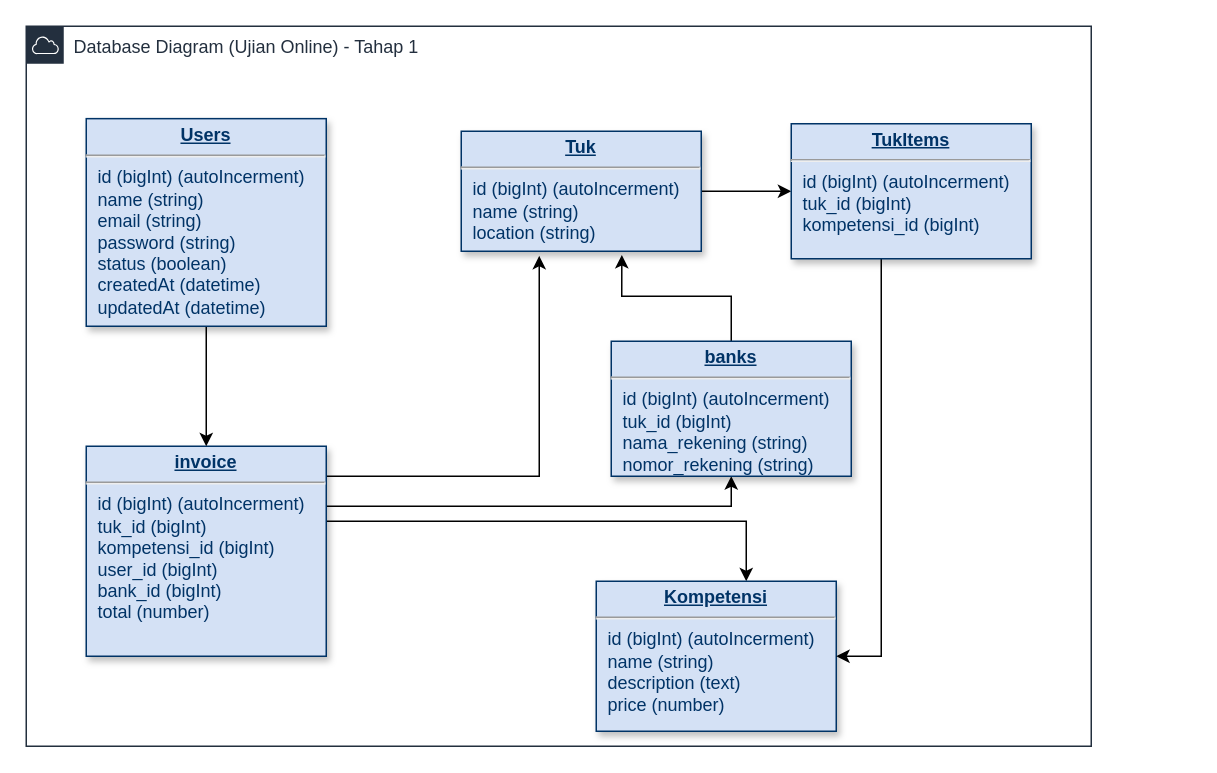
Before: db.drawio in awankelana/vip-db, a draw.io diagram. Source tidied: cells renumbered, new cells numbered last; positions are measured from the earlier drawing's top-left corner, leaving out a move shared by most shapes. Both pictures are drawn from the tidied source at 150%, with x=0, y=0 at pixel (26, 26).
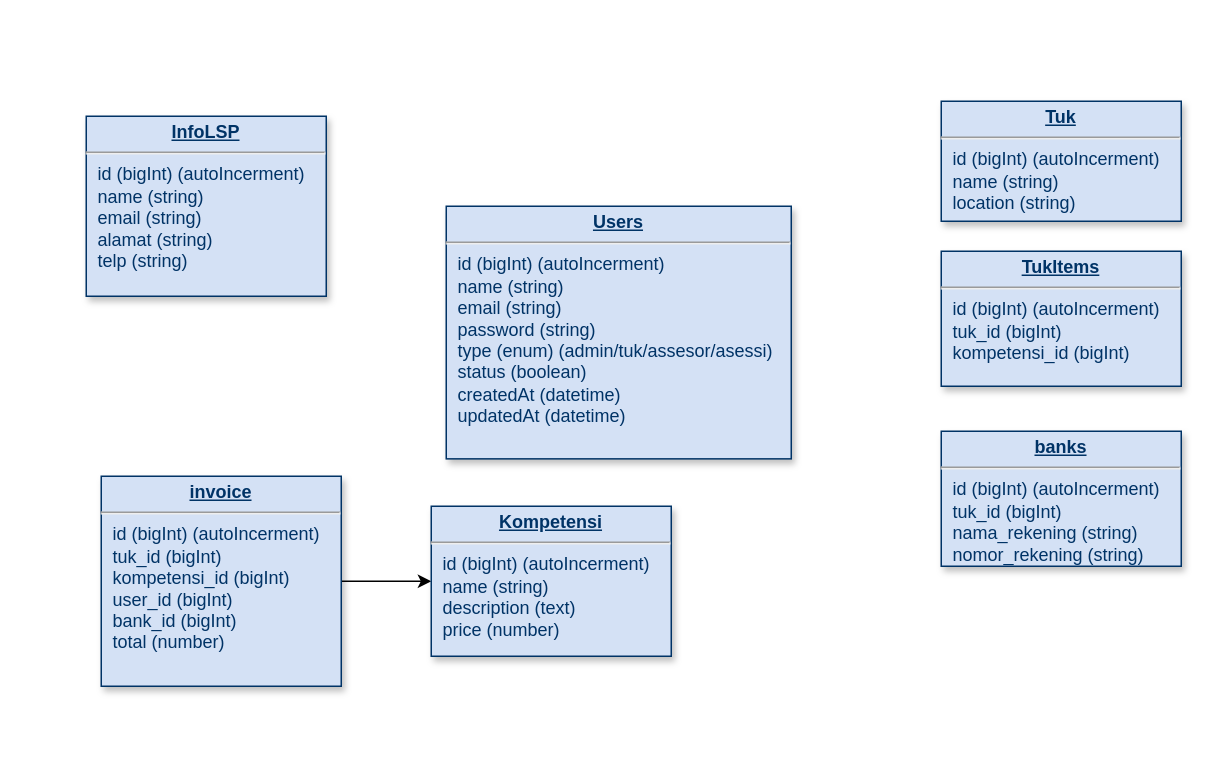
The same diagram, later.

Change to the diagram source:
```diff
@@
-    <mxCell id="2" value="Database Diagram (Ujian Online) - Tahap 1" style="gradientColor=none;html=1;whiteSpace=wrap;fontSize=12;fontStyle=0;shape=mxgraph.aws4.group;grIcon=mxgraph.aws4.group_aws_cloud;strokeColor=#232F3E;fillColor=none;verticalAlign=top;align=left;spacingLeft=30;fontColor=#232F3E;dashed=0;" parent="1" vertex="1">
-      <mxGeometry width="710" height="480" as="geometry" />
-    </mxCell>
-    <mxCell id="3" style="edgeStyle=orthogonalEdgeStyle;rounded=0;jettySize=auto;html=1;entryX=0;entryY=0.5;entryDx=0;entryDy=0;" parent="1" edge="1" source="4" target="13">
-      <mxGeometry relative="1" as="geometry" />
-    </mxCell>
     <mxCell id="4" value="&lt;p style=&quot;margin: 0px ; margin-top: 4px ; text-align: center ; text-decoration: underline&quot;&gt;&lt;b&gt;Tuk&lt;/b&gt;&lt;/p&gt;&lt;hr&gt;&lt;p style=&quot;margin: 0px ; margin-left: 8px&quot;&gt;id (bigInt) (autoIncerment)&lt;br&gt;&lt;/p&gt;&lt;p style=&quot;margin: 0px ; margin-left: 8px&quot;&gt;name (string)&lt;/p&gt;&lt;p style=&quot;margin: 0px ; margin-left: 8px&quot;&gt;location (string)&lt;/p&gt;" style="verticalAlign=top;align=left;overflow=fill;fontSize=12;fontFamily=Helvetica;html=1;strokeColor=#003366;shadow=1;fillColor=#D4E1F5;fontColor=#003366;" parent="1" vertex="1">
-      <mxGeometry x="290" y="70" width="160" height="80" as="geometry" />
+      <mxGeometry x="610" y="50" width="160" height="80" as="geometry" />
     </mxCell>
-    <mxCell id="5" style="edgeStyle=orthogonalEdgeStyle;rounded=0;jettySize=auto;html=1;entryX=0.325;entryY=1.038;entryDx=0;entryDy=0;entryPerimeter=0;" parent="1" edge="1" source="8" target="4">
-      <mxGeometry relative="1" as="geometry">
-        <Array as="points">
-          <mxPoint x="120" y="300" />
-          <mxPoint x="342" y="300" />
-        </Array>
-      </mxGeometry>
-    </mxCell>
-    <mxCell id="6" style="edgeStyle=orthogonalEdgeStyle;rounded=0;jettySize=auto;html=1;" parent="1" edge="1" source="8" target="15">
-      <mxGeometry relative="1" as="geometry">
-        <Array as="points">
-          <mxPoint x="470" y="320" />
-        </Array>
-      </mxGeometry>
-    </mxCell>
-    <mxCell id="7" style="edgeStyle=orthogonalEdgeStyle;rounded=0;jettySize=auto;html=1;" parent="1" edge="1" source="8" target="9">
-      <mxGeometry relative="1" as="geometry">
-        <Array as="points">
-          <mxPoint x="480" y="330" />
-        </Array>
-      </mxGeometry>
-    </mxCell>
+    <mxCell id="16" style="edgeStyle=orthogonalEdgeStyle;rounded=0;jettySize=auto;html=1;" parent="1" edge="1" source="8">
+      <mxGeometry relative="1" as="geometry">
+        <mxPoint x="270" y="370" as="targetPoint" />
+      </mxGeometry>
+    </mxCell>
     <mxCell id="8" value="&lt;p style=&quot;margin: 0px ; margin-top: 4px ; text-align: center ; text-decoration: underline&quot;&gt;&lt;b&gt;invoice&lt;/b&gt;&lt;/p&gt;&lt;hr&gt;&lt;p style=&quot;margin: 0px ; margin-left: 8px&quot;&gt;id (bigInt) (autoI&lt;span&gt;ncerment)&lt;/span&gt;&lt;/p&gt;&lt;p style=&quot;margin: 0px ; margin-left: 8px&quot;&gt;tuk_id (bigInt)&lt;/p&gt;&lt;p style=&quot;margin: 0px ; margin-left: 8px&quot;&gt;kompetensi_id (bigInt)&lt;/p&gt;&lt;p style=&quot;margin: 0px ; margin-left: 8px&quot;&gt;user_id (bigInt)&lt;/p&gt;&lt;p style=&quot;margin: 0px ; margin-left: 8px&quot;&gt;bank_id (bigInt)&lt;/p&gt;&lt;p style=&quot;margin: 0px ; margin-left: 8px&quot;&gt;total (number)&lt;/p&gt;" style="verticalAlign=top;align=left;overflow=fill;fontSize=12;fontFamily=Helvetica;html=1;strokeColor=#003366;shadow=1;fillColor=#D4E1F5;fontColor=#003366;" parent="1" vertex="1">
-      <mxGeometry x="40" y="280" width="160" height="140" as="geometry" />
+      <mxGeometry x="50" y="300" width="160" height="140" as="geometry" />
     </mxCell>
     <mxCell id="9" value="&lt;p style=&quot;margin: 0px ; margin-top: 4px ; text-align: center ; text-decoration: underline&quot;&gt;&lt;strong&gt;Kompetensi&lt;/strong&gt;&lt;/p&gt;&lt;hr&gt;&lt;p style=&quot;margin: 0px ; margin-left: 8px&quot;&gt;id (bigInt) (autoIncerment)&amp;nbsp;&lt;/p&gt;&lt;p style=&quot;margin: 0px ; margin-left: 8px&quot;&gt;name (string)&lt;/p&gt;&lt;p style=&quot;margin: 0px ; margin-left: 8px&quot;&gt;description (text)&lt;/p&gt;&lt;p style=&quot;margin: 0px ; margin-left: 8px&quot;&gt;price (number)&lt;/p&gt;&lt;p style=&quot;margin: 0px ; margin-left: 8px&quot;&gt;&lt;br&gt;&lt;/p&gt;" style="verticalAlign=top;align=left;overflow=fill;fontSize=12;fontFamily=Helvetica;html=1;strokeColor=#003366;shadow=1;fillColor=#D4E1F5;fontColor=#003366;" parent="1" vertex="1">
-      <mxGeometry x="380" y="370" width="160" height="100" as="geometry" />
+      <mxGeometry x="270" y="320" width="160" height="100" as="geometry" />
     </mxCell>
-    <mxCell id="10" style="edgeStyle=orthogonalEdgeStyle;rounded=0;jettySize=auto;html=1;entryX=0.5;entryY=0;entryDx=0;entryDy=0;" parent="1" edge="1" source="11" target="8">
-      <mxGeometry relative="1" as="geometry" />
-    </mxCell>
-    <mxCell id="11" value="&lt;p style=&quot;margin: 0px ; margin-top: 4px ; text-align: center ; text-decoration: underline&quot;&gt;&lt;strong&gt;Users&lt;/strong&gt;&lt;/p&gt;&lt;hr&gt;&lt;p style=&quot;margin: 0px ; margin-left: 8px&quot;&gt;id (bigInt) (autoIncerment)&lt;/p&gt;&lt;p style=&quot;margin: 0px ; margin-left: 8px&quot;&gt;name (string)&lt;/p&gt;&lt;p style=&quot;margin: 0px ; margin-left: 8px&quot;&gt;email (string)&lt;/p&gt;&lt;p style=&quot;margin: 0px ; margin-left: 8px&quot;&gt;password (string)&lt;/p&gt;&lt;p style=&quot;margin: 0px ; margin-left: 8px&quot;&gt;status (boolean)&lt;/p&gt;&lt;p style=&quot;margin: 0px ; margin-left: 8px&quot;&gt;createdAt (datetime)&lt;/p&gt;&lt;p style=&quot;margin: 0px ; margin-left: 8px&quot;&gt;updatedAt (datetime)&lt;/p&gt;" style="verticalAlign=top;align=left;overflow=fill;fontSize=12;fontFamily=Helvetica;html=1;strokeColor=#003366;shadow=1;fillColor=#D4E1F5;fontColor=#003366;" parent="1" vertex="1">
-      <mxGeometry x="40" y="61.6" width="160" height="138.4" as="geometry" />
+    <mxCell id="11" value="&lt;p style=&quot;margin: 0px ; margin-top: 4px ; text-align: center ; text-decoration: underline&quot;&gt;&lt;strong&gt;Users&lt;/strong&gt;&lt;/p&gt;&lt;hr&gt;&lt;p style=&quot;margin: 0px ; margin-left: 8px&quot;&gt;id (bigInt) (autoIncerment)&lt;/p&gt;&lt;p style=&quot;margin: 0px ; margin-left: 8px&quot;&gt;name (string)&lt;/p&gt;&lt;p style=&quot;margin: 0px ; margin-left: 8px&quot;&gt;email (string)&lt;/p&gt;&lt;p style=&quot;margin: 0px ; margin-left: 8px&quot;&gt;password (string)&lt;/p&gt;&lt;p style=&quot;margin: 0px ; margin-left: 8px&quot;&gt;type (enum) (admin/tuk/assesor/asessi)&lt;/p&gt;&lt;p style=&quot;margin: 0px ; margin-left: 8px&quot;&gt;status (boolean)&lt;/p&gt;&lt;p style=&quot;margin: 0px ; margin-left: 8px&quot;&gt;createdAt (datetime)&lt;/p&gt;&lt;p style=&quot;margin: 0px ; margin-left: 8px&quot;&gt;updatedAt (datetime)&lt;/p&gt;" style="verticalAlign=top;align=left;overflow=fill;fontSize=12;fontFamily=Helvetica;html=1;strokeColor=#003366;shadow=1;fillColor=#D4E1F5;fontColor=#003366;" parent="1" vertex="1">
+      <mxGeometry x="280" y="120" width="230" height="168.4" as="geometry" />
     </mxCell>
-    <mxCell id="12" style="edgeStyle=orthogonalEdgeStyle;rounded=0;jettySize=auto;html=1;" parent="1" edge="1" source="13" target="9">
-      <mxGeometry relative="1" as="geometry">
-        <Array as="points">
-          <mxPoint x="570" y="420" />
-        </Array>
-      </mxGeometry>
-    </mxCell>
     <mxCell id="13" value="&lt;p style=&quot;margin: 0px ; margin-top: 4px ; text-align: center ; text-decoration: underline&quot;&gt;&lt;b&gt;TukItems&lt;/b&gt;&lt;/p&gt;&lt;hr&gt;&lt;p style=&quot;margin: 0px ; margin-left: 8px&quot;&gt;id (bigInt) (autoIncerment)&lt;/p&gt;&lt;p style=&quot;margin: 0px ; margin-left: 8px&quot;&gt;tuk_id (bigInt)&lt;/p&gt;&lt;p style=&quot;margin: 0px ; margin-left: 8px&quot;&gt;kompetensi_id (bigInt)&lt;/p&gt;" style="verticalAlign=top;align=left;overflow=fill;fontSize=12;fontFamily=Helvetica;html=1;strokeColor=#003366;shadow=1;fillColor=#D4E1F5;fontColor=#003366;" parent="1" vertex="1">
-      <mxGeometry x="510" y="65" width="160" height="90" as="geometry" />
+      <mxGeometry x="610" y="150" width="160" height="90" as="geometry" />
     </mxCell>
-    <mxCell id="14" style="edgeStyle=orthogonalEdgeStyle;rounded=0;jettySize=auto;html=1;entryX=0.669;entryY=1.031;entryDx=0;entryDy=0;entryPerimeter=0;" parent="1" edge="1" source="15" target="4">
-      <mxGeometry relative="1" as="geometry" />
-    </mxCell>
     <mxCell id="15" value="&lt;p style=&quot;margin: 0px ; margin-top: 4px ; text-align: center ; text-decoration: underline&quot;&gt;&lt;b&gt;banks&lt;/b&gt;&lt;/p&gt;&lt;hr&gt;&lt;p style=&quot;margin: 0px ; margin-left: 8px&quot;&gt;id (bigInt) (autoIncerment)&lt;/p&gt;&lt;p style=&quot;margin: 0px ; margin-left: 8px&quot;&gt;tuk_id (bigInt)&lt;/p&gt;&lt;p style=&quot;margin: 0px ; margin-left: 8px&quot;&gt;nama_rekening (string)&lt;/p&gt;&lt;p style=&quot;margin: 0px ; margin-left: 8px&quot;&gt;nomor_rekening (string)&lt;/p&gt;" style="verticalAlign=top;align=left;overflow=fill;fontSize=12;fontFamily=Helvetica;html=1;strokeColor=#003366;shadow=1;fillColor=#D4E1F5;fontColor=#003366;" parent="1" vertex="1">
-      <mxGeometry x="390" y="210" width="160" height="90" as="geometry" />
+      <mxGeometry x="610" y="270" width="160" height="90" as="geometry" />
     </mxCell>
+    <mxCell id="17" value="&lt;p style=&quot;margin: 0px ; margin-top: 4px ; text-align: center ; text-decoration: underline&quot;&gt;&lt;b&gt;InfoLSP&lt;/b&gt;&lt;/p&gt;&lt;hr&gt;&lt;p style=&quot;margin: 0px ; margin-left: 8px&quot;&gt;id (bigInt) (autoI&lt;span&gt;ncerment)&lt;/span&gt;&lt;/p&gt;&lt;p style=&quot;margin: 0px ; margin-left: 8px&quot;&gt;name (string)&lt;/p&gt;&lt;p style=&quot;margin: 0px ; margin-left: 8px&quot;&gt;email (string)&lt;/p&gt;&lt;p style=&quot;margin: 0px ; margin-left: 8px&quot;&gt;alamat (string)&lt;/p&gt;&lt;p style=&quot;margin: 0px ; margin-left: 8px&quot;&gt;telp (string)&lt;/p&gt;" style="verticalAlign=top;align=left;overflow=fill;fontSize=12;fontFamily=Helvetica;html=1;strokeColor=#003366;shadow=1;fillColor=#D4E1F5;fontColor=#003366;" parent="1" vertex="1">
+      <mxGeometry x="40" y="60" width="160" height="120" as="geometry" />
+    </mxCell>
```
